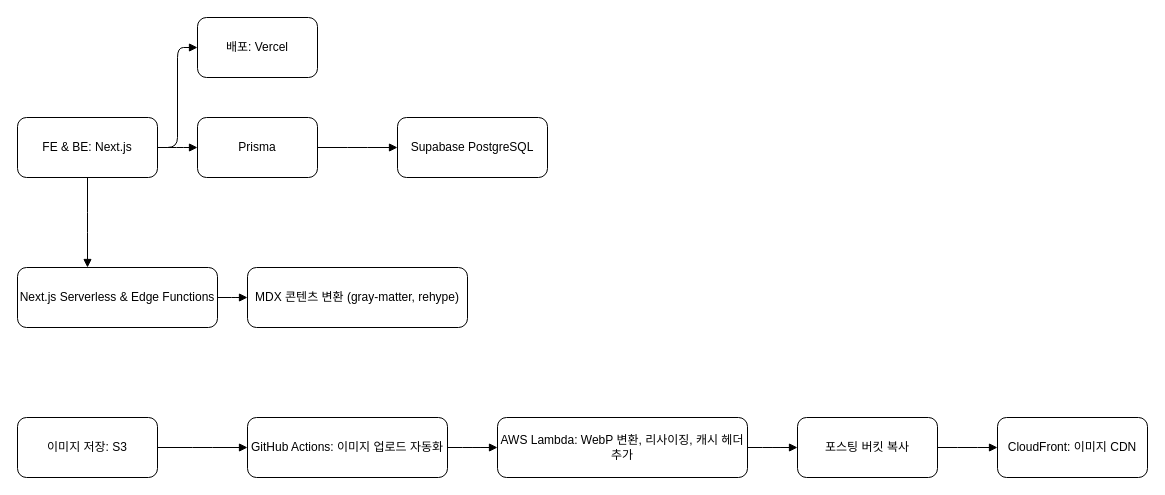
The draw.io diagram 제목 없는 다이어그램.drawio in PROMLEE/OneDayBoj, before the edit. Source tidied: cells renumbered, new cells numbered last; positions are measured from the earlier drawing's top-left corner, leaving out a move shared by most shapes. Both pictures are drawn from the tidied source at 100%, with x=0, y=0 at pixel (17, 17).
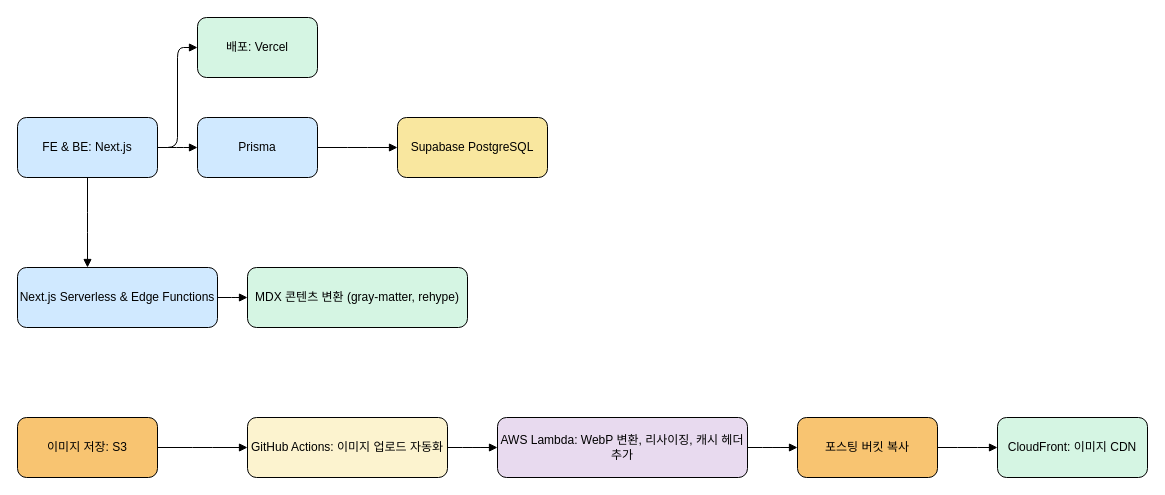
After the change.

Commit message (it also covers changes not shown here):
제목 없는 다이어그램.drawio 업데이트

Diff of the diagram source:
```diff
@@
-    <mxCell id="2" value="FE &amp; BE: Next.js" style="shape=rectangle;rounded=1;whiteSpace=wrap;html=1;" parent="1" vertex="1">
+    <mxCell id="2" value="FE &amp; BE: Next.js" style="shape=rectangle;rounded=1;fillColor=#d0e9ff;whiteSpace=wrap;html=1;" parent="1" vertex="1">
       <mxGeometry y="100" width="140" height="60" as="geometry" />
     </mxCell>
-    <mxCell id="3" value="배포: Vercel" style="shape=rectangle;rounded=1;whiteSpace=wrap;html=1;" parent="1" vertex="1">
+    <mxCell id="3" value="배포: Vercel" style="shape=rectangle;rounded=1;fillColor=#d5f5e3;whiteSpace=wrap;html=1;" parent="1" vertex="1">
       <mxGeometry x="180" width="120" height="60" as="geometry" />
     </mxCell>
-    <mxCell id="4" value="Prisma" style="shape=rectangle;rounded=1;whiteSpace=wrap;html=1;" parent="1" vertex="1">
+    <mxCell id="4" value="Prisma" style="shape=rectangle;rounded=1;fillColor=#d0e9ff;whiteSpace=wrap;html=1;" parent="1" vertex="1">
       <mxGeometry x="180" y="100" width="120" height="60" as="geometry" />
     </mxCell>
-    <mxCell id="5" value="Supabase PostgreSQL" style="shape=rectangle;rounded=1;whiteSpace=wrap;html=1;" parent="1" vertex="1">
+    <mxCell id="5" value="Supabase PostgreSQL" style="shape=rectangle;rounded=1;fillColor=#f9e79f;whiteSpace=wrap;html=1;" parent="1" vertex="1">
       <mxGeometry x="380" y="100" width="150" height="60" as="geometry" />
     </mxCell>
-    <mxCell id="6" value="Next.js Serverless &amp; Edge Functions" style="shape=rectangle;rounded=1;whiteSpace=wrap;html=1;" parent="1" vertex="1">
+    <mxCell id="6" value="Next.js Serverless &amp; Edge Functions" style="shape=rectangle;rounded=1;fillColor=#d0e9ff;whiteSpace=wrap;html=1;" parent="1" vertex="1">
       <mxGeometry y="250" width="200" height="60" as="geometry" />
     </mxCell>
-    <mxCell id="7" value="MDX 콘텐츠 변환 (gray-matter, rehype)" style="shape=rectangle;rounded=1;whiteSpace=wrap;html=1;" parent="1" vertex="1">
+    <mxCell id="7" value="MDX 콘텐츠 변환 (gray-matter, rehype)" style="shape=rectangle;rounded=1;fillColor=#d5f5e3;whiteSpace=wrap;html=1;" parent="1" vertex="1">
       <mxGeometry x="230" y="250" width="220" height="60" as="geometry" />
     </mxCell>
-    <mxCell id="8" value="이미지 저장: S3" style="shape=rectangle;rounded=1;whiteSpace=wrap;html=1;" parent="1" vertex="1">
+    <mxCell id="8" value="이미지 저장: S3" style="shape=rectangle;rounded=1;fillColor=#f8c471;whiteSpace=wrap;html=1;" parent="1" vertex="1">
       <mxGeometry y="400" width="140" height="60" as="geometry" />
     </mxCell>
-    <mxCell id="9" value="GitHub Actions: 이미지 업로드 자동화" style="shape=rectangle;rounded=1;whiteSpace=wrap;html=1;" parent="1" vertex="1">
+    <mxCell id="9" value="GitHub Actions: 이미지 업로드 자동화" style="shape=rectangle;rounded=1;fillColor=#fcf3cf;whiteSpace=wrap;html=1;" parent="1" vertex="1">
       <mxGeometry x="230" y="400" width="200" height="60" as="geometry" />
     </mxCell>
-    <mxCell id="10" value="AWS Lambda: WebP 변환, 리사이징, 캐시 헤더 추가" style="shape=rectangle;rounded=1;whiteSpace=wrap;html=1;" parent="1" vertex="1">
+    <mxCell id="10" value="AWS Lambda: WebP 변환, 리사이징, 캐시 헤더 추가" style="shape=rectangle;rounded=1;fillColor=#e8daef;whiteSpace=wrap;html=1;" parent="1" vertex="1">
       <mxGeometry x="480" y="400" width="250" height="60" as="geometry" />
     </mxCell>
-    <mxCell id="11" value="포스팅 버킷 복사" style="shape=rectangle;rounded=1;whiteSpace=wrap;html=1;" parent="1" vertex="1">
+    <mxCell id="11" value="포스팅 버킷 복사" style="shape=rectangle;rounded=1;fillColor=#f8c471;whiteSpace=wrap;html=1;" parent="1" vertex="1">
       <mxGeometry x="780" y="400" width="140" height="60" as="geometry" />
     </mxCell>
-    <mxCell id="12" value="CloudFront: 이미지 CDN" style="shape=rectangle;rounded=1;whiteSpace=wrap;html=1;" parent="1" vertex="1">
+    <mxCell id="12" value="CloudFront: 이미지 CDN" style="shape=rectangle;rounded=1;fillColor=#d5f5e3;whiteSpace=wrap;html=1;" parent="1" vertex="1">
       <mxGeometry x="980" y="400" width="150" height="60" as="geometry" />
     </mxCell>
```
